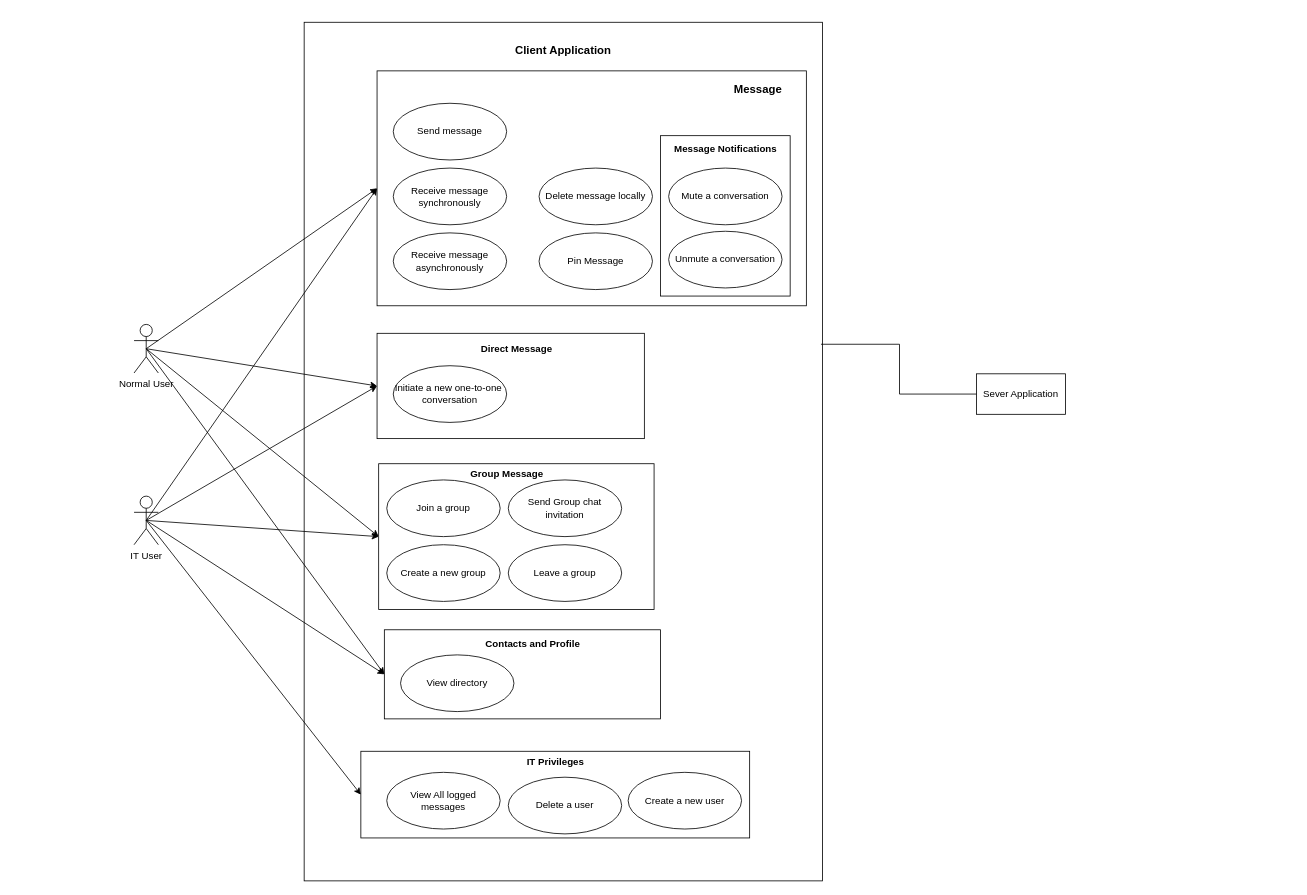
Before: page "Page-1" (1 of 5) of Use_Case_Diagram/Use_Case_Diagram.drawio in Derion12/CS401_Communication_Project_Sp24, a draw.io diagram. Source tidied: cells renumbered, new cells numbered last; positions are measured from the earlier drawing's top-left corner, leaving out a move shared by most shapes. Both pictures are drawn from the tidied source at 81%, with x=0, y=0 at pixel (134, 22).
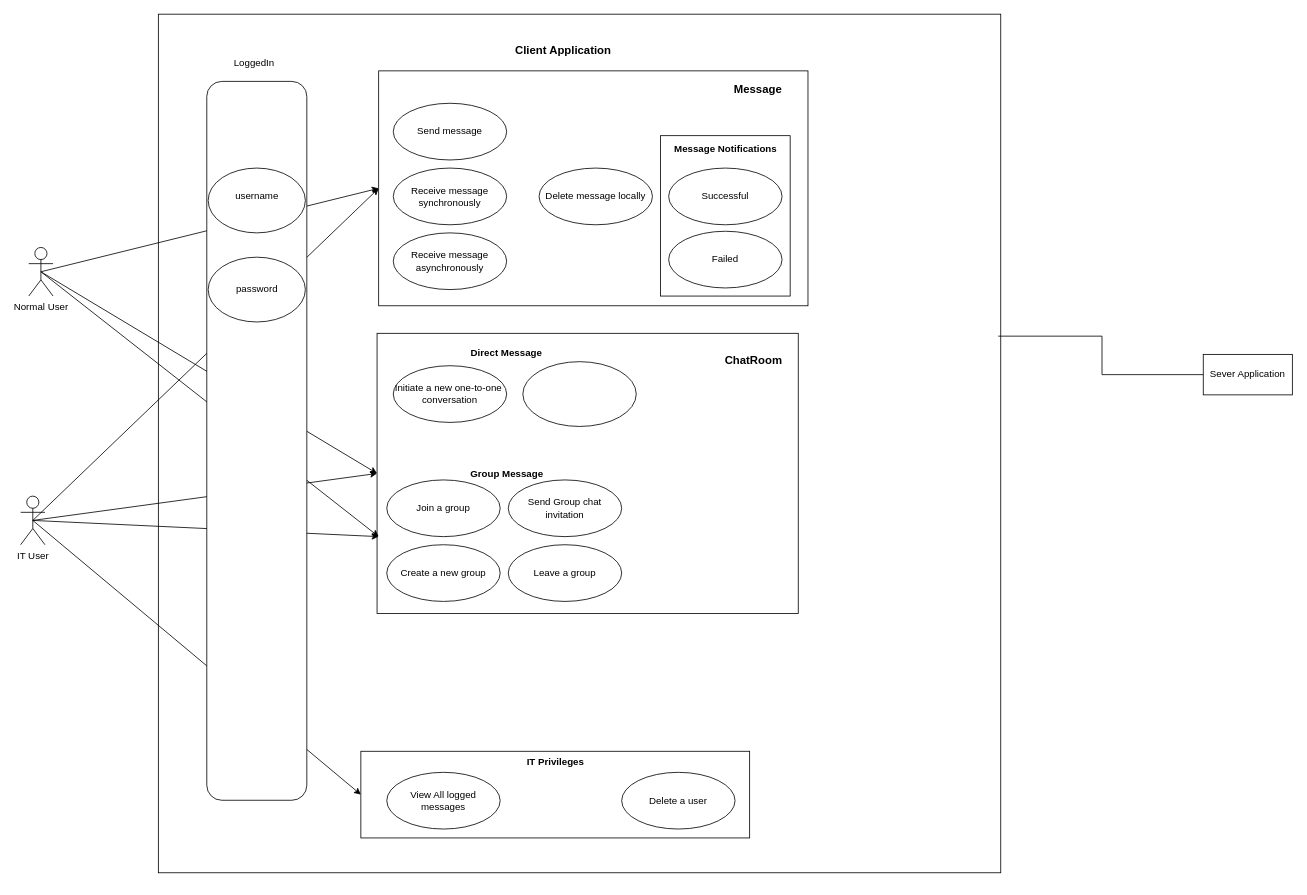
After the change.

The edit, as a diff of the source:
```diff
@@
     <mxCell id="2" style="rounded=0;whiteSpace=wrap;html=1;" parent="1" vertex="1">
-      <mxGeometry x="210" width="640" height="1060" as="geometry" />
+      <mxGeometry x="30" y="-10" width="1040" height="1060" as="geometry" />
     </mxCell>
@@
-    <mxCell id="4" style="html=1;whiteSpace=wrap;" parent="1" vertex="1">
-      <mxGeometry x="309" y="750" width="341" height="110" as="geometry" />
-    </mxCell>
@@
     <mxCell id="6" style="html=1;whiteSpace=wrap;" parent="1" vertex="1">
-      <mxGeometry x="300" y="384" width="330" height="130" as="geometry" />
+      <mxGeometry x="300" y="384" width="520" height="346" as="geometry" />
     </mxCell>
     <mxCell id="7" style="html=1;whiteSpace=wrap;" parent="1" vertex="1">
-      <mxGeometry x="300" y="60" width="530" height="290" as="geometry" />
+      <mxGeometry x="302" y="60" width="530" height="290" as="geometry" />
     </mxCell>
@@
-    <mxCell id="11" style="rounded=0;jettySize=auto;html=1;exitX=0.5;exitY=0.5;exitDx=0;exitDy=0;exitPerimeter=0;entryX=0;entryY=0.5;entryDx=0;entryDy=0;" parent="1" edge="1" source="12" target="4">
-      <mxGeometry relative="1" as="geometry" />
-    </mxCell>
     <mxCell id="12" value="Normal User" style="shape=umlActor;verticalLabelPosition=bottom;verticalAlign=top;html=1;" parent="1" vertex="1">
-      <mxGeometry y="373" width="30" height="60" as="geometry" />
+      <mxGeometry x="-130" y="278" width="30" height="60" as="geometry" />
     </mxCell>
@@
-    <mxCell id="16" style="rounded=0;jettySize=auto;html=1;exitX=0.5;exitY=0.5;exitDx=0;exitDy=0;exitPerimeter=0;entryX=0;entryY=0.5;entryDx=0;entryDy=0;" parent="1" edge="1" source="18" target="4">
-      <mxGeometry relative="1" as="geometry" />
-    </mxCell>
@@
     <mxCell id="18" value="IT User" style="shape=umlActor;verticalLabelPosition=bottom;verticalAlign=top;html=1;" parent="1" vertex="1">
-      <mxGeometry y="585" width="30" height="60" as="geometry" />
+      <mxGeometry x="-140" y="585" width="30" height="60" as="geometry" />
     </mxCell>
@@
-    <mxCell id="26" value="Pin Message" style="ellipse;whiteSpace=wrap;html=1;" parent="1" vertex="1">
-      <mxGeometry x="500" y="260" width="140" height="70" as="geometry" />
-    </mxCell>
@@
-    <mxCell id="28" value="&lt;b&gt;Direct Message&lt;/b&gt;" style="text;align=center;fontStyle=0;verticalAlign=middle;spacingLeft=3;spacingRight=3;strokeColor=none;html=1;" parent="1" vertex="1">
-      <mxGeometry x="432" y="390" width="80" height="26" as="geometry" />
-    </mxCell>
@@
-    <mxCell id="31" value="Unmute a conversation" style="ellipse;whiteSpace=wrap;html=1;" parent="1" vertex="1">
+    <mxCell id="31" value="Failed" style="ellipse;whiteSpace=wrap;html=1;" parent="1" vertex="1">
       <mxGeometry x="660" y="258" width="140" height="70" as="geometry" />
     </mxCell>
@@
-    <mxCell id="33" value="Mute a conversation" style="ellipse;whiteSpace=wrap;html=1;" parent="1" vertex="1">
+    <mxCell id="33" value="Successful" style="ellipse;whiteSpace=wrap;html=1;" parent="1" vertex="1">
       <mxGeometry x="660" y="180" width="140" height="70" as="geometry" />
     </mxCell>
@@
-    <mxCell id="36" value="View directory" style="ellipse;whiteSpace=wrap;html=1;" parent="1" vertex="1">
-      <mxGeometry x="329" y="781" width="140" height="70" as="geometry" />
-    </mxCell>
-    <mxCell id="37" value="Contacts and Profile" style="text;align=center;fontStyle=1;verticalAlign=middle;spacingLeft=3;spacingRight=3;strokeColor=none;html=1;" parent="1" vertex="1">
-      <mxGeometry x="452" y="755" width="80" height="26" as="geometry" />
-    </mxCell>
@@
-    <mxCell id="39" value="Create a new user" style="ellipse;whiteSpace=wrap;html=1;" parent="1" vertex="1">
-      <mxGeometry x="610" y="926" width="140" height="70" as="geometry" />
-    </mxCell>
     <mxCell id="40" value="Delete a user" style="ellipse;whiteSpace=wrap;html=1;" parent="1" vertex="1">
-      <mxGeometry x="462" y="932" width="140" height="70" as="geometry" />
+      <mxGeometry x="602" y="926" width="140" height="70" as="geometry" />
     </mxCell>
@@
     <mxCell id="43" value="Sever Application" style="html=1;whiteSpace=wrap;" parent="1" vertex="1">
-      <mxGeometry x="1040" y="434" width="110" height="50" as="geometry" />
+      <mxGeometry x="1320" y="410" width="110" height="50" as="geometry" />
     </mxCell>
@@
+    <mxCell id="45" style="rounded=1;whiteSpace=wrap;html=1;rotation=-90;" parent="1" vertex="1">
+      <mxGeometry x="-292.2" y="455" width="887.5" height="123.5" as="geometry" />
+    </mxCell>
+    <mxCell id="46" value="LoggedIn" style="text;html=1;align=center;verticalAlign=middle;whiteSpace=wrap;rounded=0;" parent="1" vertex="1">
+      <mxGeometry x="91.5" y="20" width="114.8" height="60" as="geometry" />
+    </mxCell>
+    <mxCell id="47" style="ellipse;whiteSpace=wrap;html=1;" parent="1" vertex="1">
+      <mxGeometry x="91.5" y="180" width="120" height="80" as="geometry" />
+    </mxCell>
+    <mxCell id="48" style="ellipse;whiteSpace=wrap;html=1;" parent="1" vertex="1">
+      <mxGeometry x="91.5" y="290" width="120" height="80" as="geometry" />
+    </mxCell>
+    <mxCell id="49" value="username" style="text;html=1;align=center;verticalAlign=middle;whiteSpace=wrap;rounded=0;" parent="1" vertex="1">
+      <mxGeometry x="121.5" y="200" width="60" height="30" as="geometry" />
+    </mxCell>
+    <mxCell id="50" value="password" style="text;html=1;align=center;verticalAlign=middle;whiteSpace=wrap;rounded=0;" parent="1" vertex="1">
+      <mxGeometry x="121.5" y="315" width="60" height="30" as="geometry" />
+    </mxCell>
+    <mxCell id="51" value="&lt;b&gt;&lt;font style=&quot;font-size: 14px;&quot;&gt;ChatRoom&lt;/font&gt;&lt;/b&gt;" style="text;html=1;align=center;verticalAlign=middle;whiteSpace=wrap;rounded=0;" parent="1" vertex="1">
+      <mxGeometry x="700" y="384" width="130" height="66" as="geometry" />
+    </mxCell>
+    <mxCell id="52" style="ellipse;whiteSpace=wrap;html=1;" parent="1" vertex="1">
+      <mxGeometry x="480" y="419" width="140" height="80" as="geometry" />
+    </mxCell>
+    <mxCell id="28" value="&lt;b&gt;Direct Message&lt;/b&gt;" style="text;html=1;align=center;verticalAlign=middle;whiteSpace=wrap;rounded=0;" parent="1" vertex="1">
+      <mxGeometry x="395" y="394" width="130" height="30" as="geometry" />
+    </mxCell>
```
